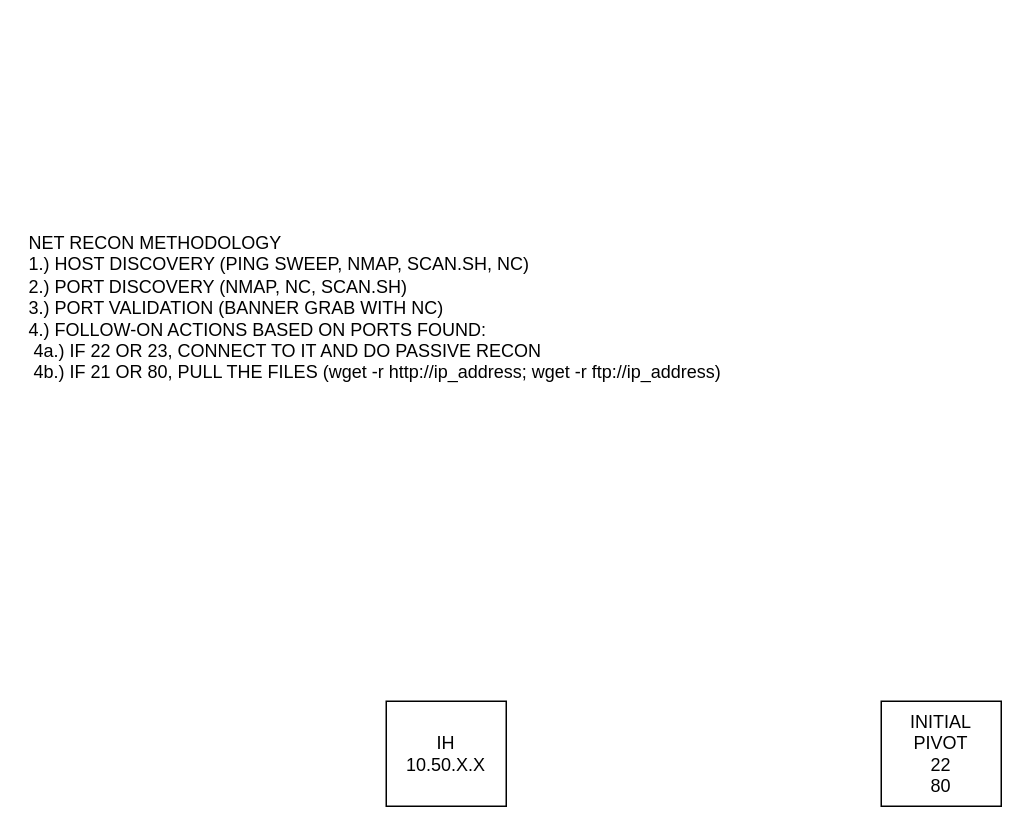
Above: Notes.drawio in AmericanFrench/BLOG (draw.io), before the change. Source tidied: cells renumbered, new cells numbered last; positions are measured from the earlier drawing's top-left corner, leaving out a move shared by most shapes. Both pictures are drawn from the tidied source at 150%, with x=0, y=0 at pixel (26, 190).
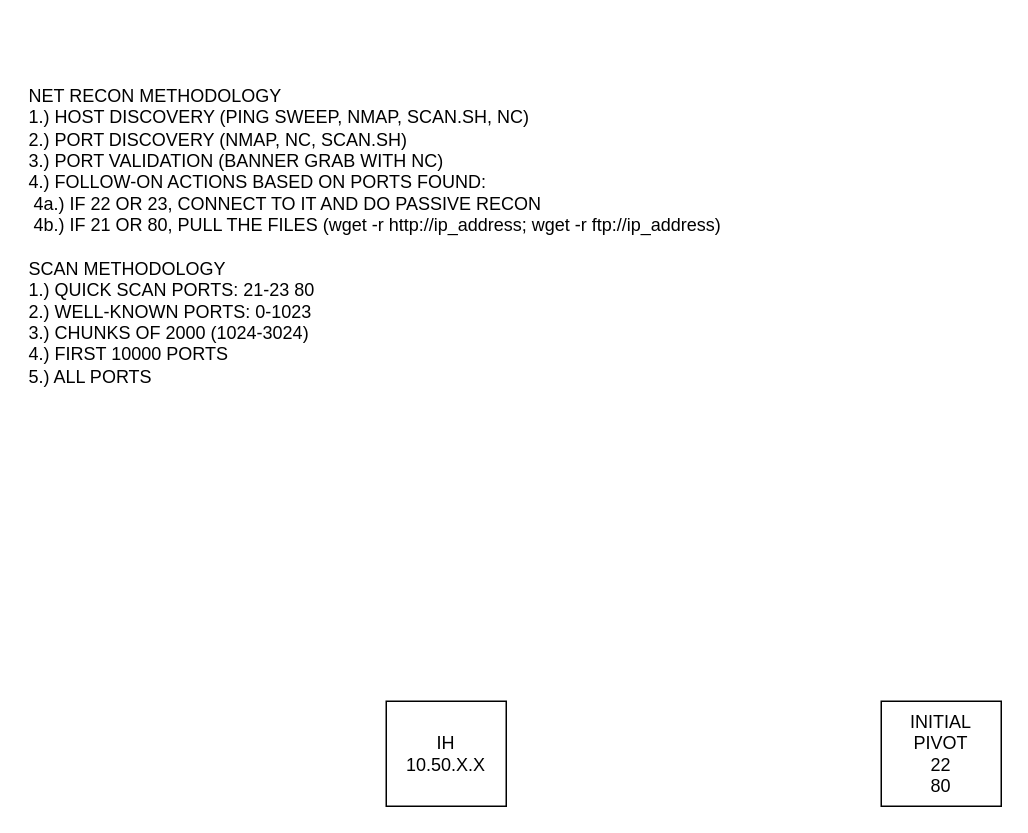
The same diagram, later.

The edit, as a diff of the source:
```diff
@@
 <mxGraphModel>
   <root>
     <mxCell id="0" />
     <mxCell id="1" parent="0" />
     <mxCell id="2" value="&lt;div&gt;IH&lt;/div&gt;&lt;div&gt;10.50.X.X&lt;br&gt;&lt;/div&gt;" style="rounded=0;whiteSpace=wrap;html=1;" parent="1" vertex="1">
       <mxGeometry x="240" y="340" width="80" height="70" as="geometry" />
     </mxCell>
     <mxCell id="3" value="&lt;div&gt;INITIAL&lt;/div&gt;&lt;div&gt;PIVOT&lt;/div&gt;&lt;div&gt;22&lt;/div&gt;&lt;div&gt;80&lt;br&gt;&lt;/div&gt;" style="rounded=0;whiteSpace=wrap;html=1;" parent="1" vertex="1">
       <mxGeometry x="570" y="340" width="80" height="70" as="geometry" />
     </mxCell>
-    <mxCell id="4" value="&lt;div align=&quot;left&quot;&gt;NET RECON METHODOLOGY&lt;/div&gt;&lt;div align=&quot;left&quot;&gt;1.) HOST DISCOVERY (PING SWEEP, NMAP, SCAN.SH, NC)&lt;/div&gt;&lt;div align=&quot;left&quot;&gt;2.) PORT DISCOVERY (NMAP, NC, SCAN.SH)&lt;/div&gt;&lt;div align=&quot;left&quot;&gt;3.) PORT VALIDATION (BANNER GRAB WITH NC)&lt;/div&gt;&lt;div align=&quot;left&quot;&gt;4.) FOLLOW-ON ACTIONS BASED ON PORTS FOUND:&lt;/div&gt;&lt;div align=&quot;left&quot;&gt;&lt;span style=&quot;white-space: pre;&quot;&gt; &lt;/span&gt;4a.) IF 22 OR 23, CONNECT TO IT AND DO PASSIVE RECON&lt;/div&gt;&lt;div align=&quot;left&quot;&gt;&lt;span style=&quot;white-space: pre;&quot;&gt; &lt;/span&gt;4b.) IF 21 OR 80, PULL THE FILES (wget -r http://ip_address; wget -r ftp://ip_address)&lt;/div&gt;&lt;div align=&quot;left&quot;&gt;&lt;br&gt;&lt;/div&gt;" style="text;html=1;strokeColor=none;fillColor=none;align=left;verticalAlign=middle;whiteSpace=wrap;rounded=0;" parent="1" vertex="1">
-      <mxGeometry width="510" height="170" as="geometry" />
+    <mxCell id="4" value="&lt;div align=&quot;left&quot;&gt;NET RECON METHODOLOGY&lt;/div&gt;&lt;div align=&quot;left&quot;&gt;1.) HOST DISCOVERY (PING SWEEP, NMAP, SCAN.SH, NC)&lt;/div&gt;&lt;div align=&quot;left&quot;&gt;2.) PORT DISCOVERY (NMAP, NC, SCAN.SH)&lt;/div&gt;&lt;div align=&quot;left&quot;&gt;3.) PORT VALIDATION (BANNER GRAB WITH NC)&lt;/div&gt;&lt;div align=&quot;left&quot;&gt;4.) FOLLOW-ON ACTIONS BASED ON PORTS FOUND:&lt;/div&gt;&lt;div align=&quot;left&quot;&gt;&lt;span style=&quot;white-space: pre;&quot;&gt; &lt;/span&gt;4a.) IF 22 OR 23, CONNECT TO IT AND DO PASSIVE RECON&lt;/div&gt;&lt;div align=&quot;left&quot;&gt;&lt;span style=&quot;white-space: pre;&quot;&gt; &lt;/span&gt;4b.) IF 21 OR 80, PULL THE FILES (wget -r http://ip_address; wget -r ftp://ip_address)&lt;/div&gt;&lt;div align=&quot;left&quot;&gt;&lt;br&gt;&lt;/div&gt;&lt;div align=&quot;left&quot;&gt;SCAN METHODOLOGY&lt;/div&gt;&lt;div align=&quot;left&quot;&gt;1.) QUICK SCAN PORTS: 21-23 80&lt;/div&gt;&lt;div align=&quot;left&quot;&gt;2.) WELL-KNOWN PORTS: 0-1023&lt;/div&gt;&lt;div align=&quot;left&quot;&gt;3.) CHUNKS OF 2000 (1024-3024)&lt;/div&gt;&lt;div align=&quot;left&quot;&gt;4.) FIRST 10000 PORTS&lt;/div&gt;&lt;div align=&quot;left&quot;&gt;5.) ALL PORTS&lt;br&gt;&lt;/div&gt;" style="text;html=1;strokeColor=none;fillColor=none;align=left;verticalAlign=middle;whiteSpace=wrap;rounded=0;" parent="1" vertex="1">
+      <mxGeometry y="-110" width="510" height="280" as="geometry" />
     </mxCell>
   </root>
 </mxGraphModel>
```
